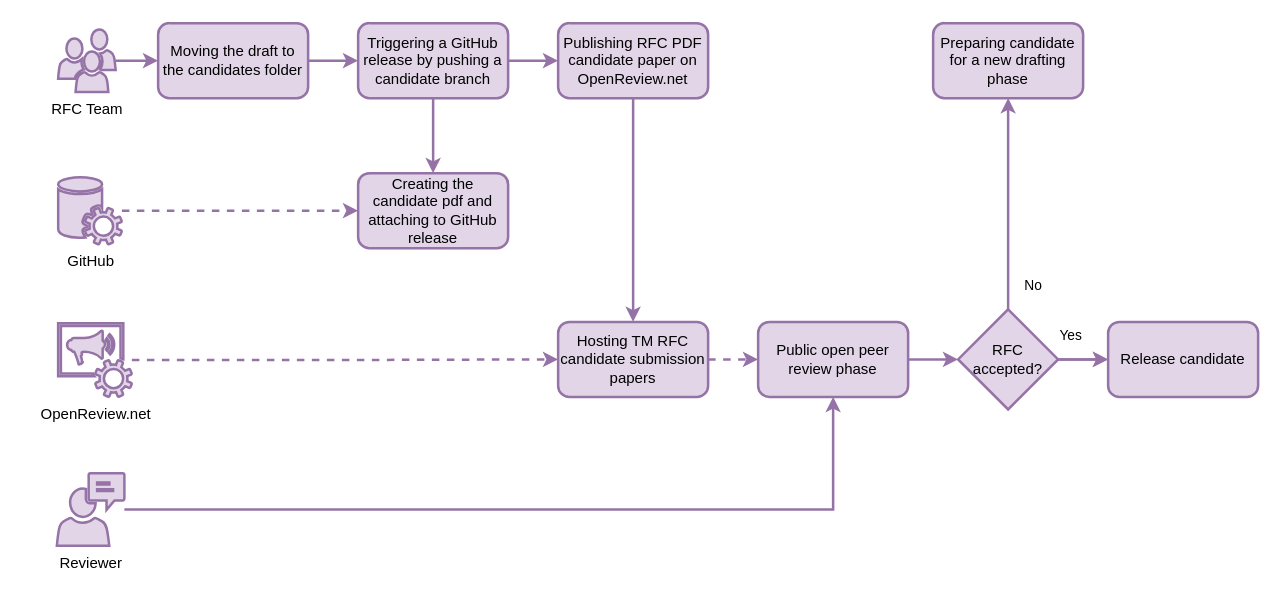
Above: files/drafts/RFC-0003/images/phase_3.drawio in time-machine-project/requests-for-comments (draw.io), before the change. Source tidied: cells renumbered, new cells numbered last; positions are measured from the earlier drawing's top-left corner, leaving out a move shared by most shapes. Both pictures are drawn from the tidied source at 125%, with x=0, y=0 at pixel (56, 22).
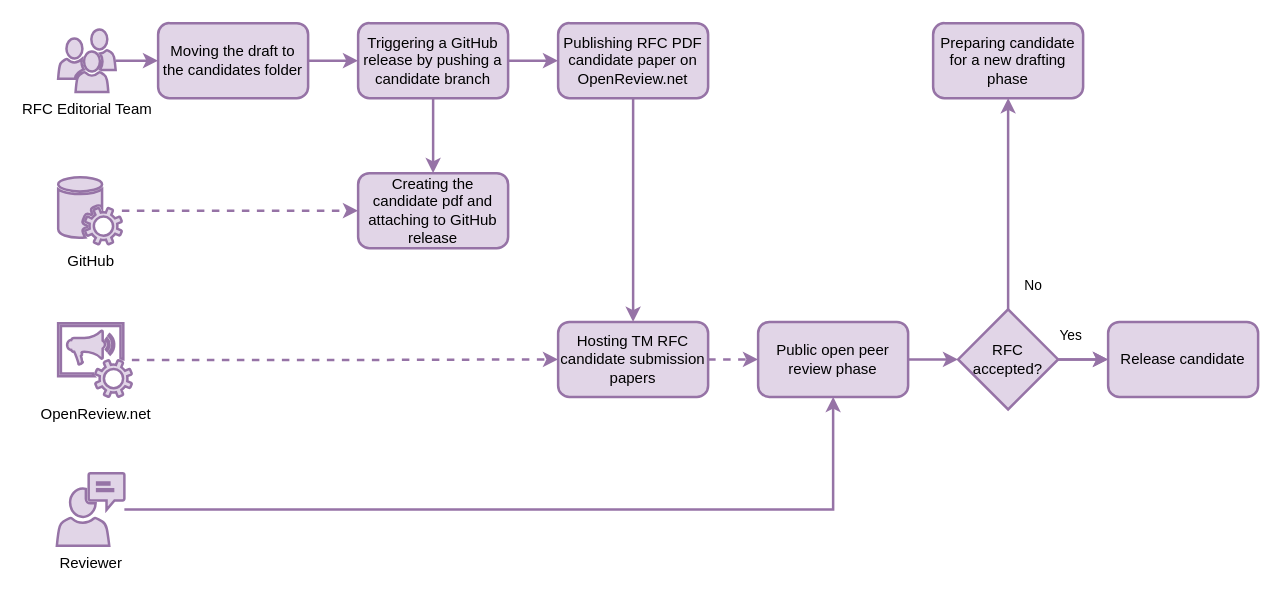
The same diagram, later.

Diff of the diagram source:
```diff
@@
-    <mxCell id="5" value="RFC Team" style="shadow=0;dashed=0;html=1;strokeColor=#9673a6;fillColor=#e1d5e7;labelPosition=center;verticalLabelPosition=bottom;verticalAlign=top;outlineConnect=0;align=center;shape=mxgraph.office.users.users;strokeWidth=2;" parent="1" vertex="1">
+    <mxCell id="5" value="RFC Editorial Team" style="shadow=0;dashed=0;html=1;strokeColor=#9673a6;fillColor=#e1d5e7;labelPosition=center;verticalLabelPosition=bottom;verticalAlign=top;outlineConnect=0;align=center;shape=mxgraph.office.users.users;strokeWidth=2;" parent="1" vertex="1">
       <mxGeometry x="1" y="5" width="46" height="50" as="geometry" />
     </mxCell>
```
